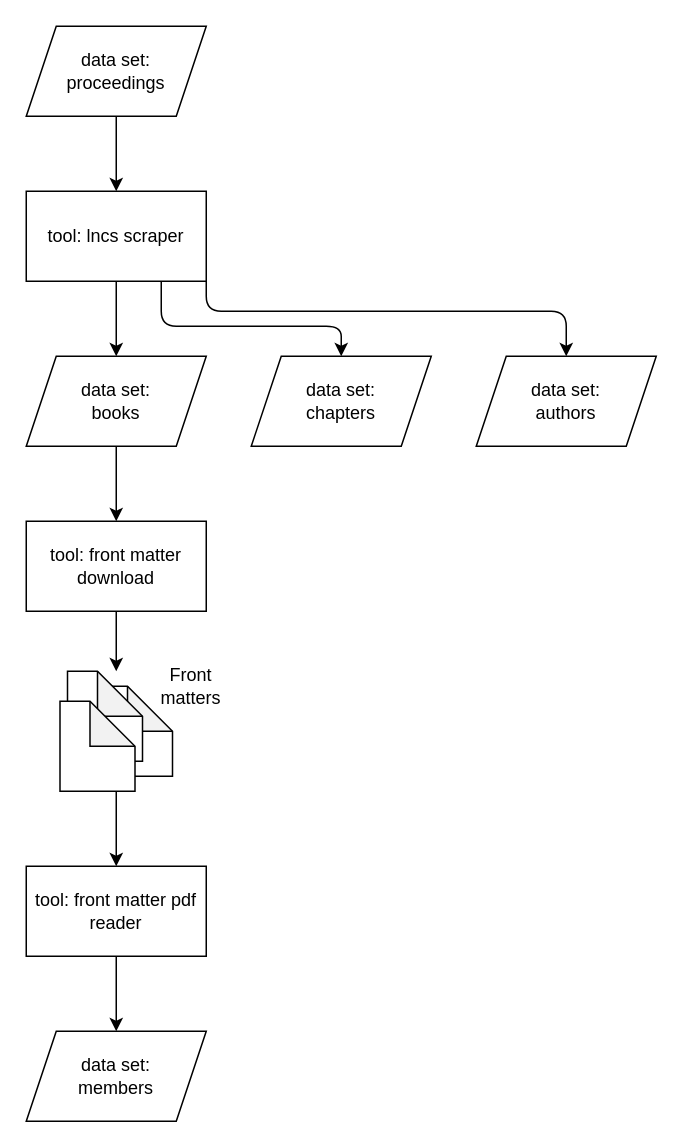
Before: scriptie/images/drawio/data_integration/lncs.drawio in XibrenX/MasterThesis, a draw.io diagram. Source tidied: cells renumbered, new cells numbered last; positions are measured from the earlier drawing's top-left corner, leaving out a move shared by most shapes. Both pictures are drawn from the tidied source at 150%, with x=0, y=0 at pixel (26, 26).
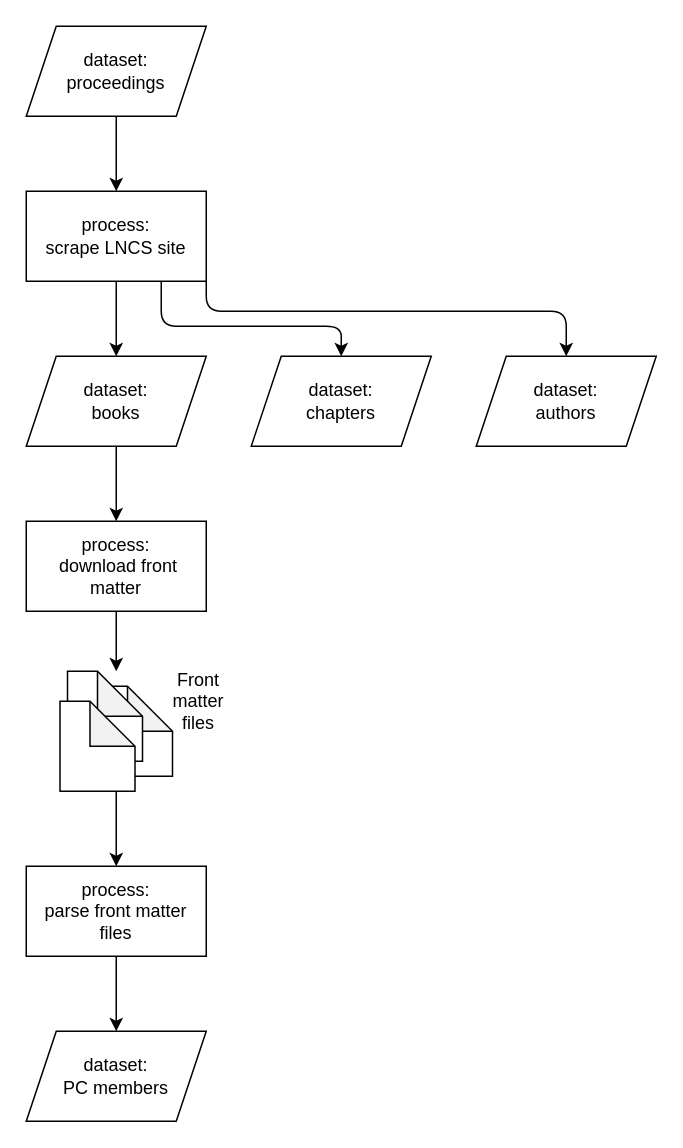
The same page after the edit.

Diff of the diagram source:
```diff
@@
-    <mxCell id="2" value="data set:&lt;br&gt;proceedings" style="shape=parallelogram;perimeter=parallelogramPerimeter;whiteSpace=wrap;html=1;fixedSize=1;" parent="1" vertex="1">
+    <mxCell id="2" value="dataset:&lt;br&gt;proceedings" style="shape=parallelogram;perimeter=parallelogramPerimeter;whiteSpace=wrap;html=1;fixedSize=1;" parent="1" vertex="1">
       <mxGeometry width="120" height="60" as="geometry" />
     </mxCell>
-    <mxCell id="3" value="tool: lncs scraper" style="rounded=0;whiteSpace=wrap;html=1;" parent="1" vertex="1">
+    <mxCell id="3" value="process:&lt;br&gt;scrape LNCS site" style="rounded=0;whiteSpace=wrap;html=1;" parent="1" vertex="1">
       <mxGeometry y="110" width="120" height="60" as="geometry" />
     </mxCell>
@@
-    <mxCell id="5" value="data set:&lt;br&gt;books" style="shape=parallelogram;perimeter=parallelogramPerimeter;whiteSpace=wrap;html=1;fixedSize=1;" parent="1" vertex="1">
+    <mxCell id="5" value="dataset:&lt;br&gt;books" style="shape=parallelogram;perimeter=parallelogramPerimeter;whiteSpace=wrap;html=1;fixedSize=1;" parent="1" vertex="1">
       <mxGeometry y="220" width="120" height="60" as="geometry" />
     </mxCell>
-    <mxCell id="6" value="data set:&lt;br&gt;chapters" style="shape=parallelogram;perimeter=parallelogramPerimeter;whiteSpace=wrap;html=1;fixedSize=1;" parent="1" vertex="1">
+    <mxCell id="6" value="dataset:&lt;br&gt;chapters" style="shape=parallelogram;perimeter=parallelogramPerimeter;whiteSpace=wrap;html=1;fixedSize=1;" parent="1" vertex="1">
       <mxGeometry x="150" y="220" width="120" height="60" as="geometry" />
     </mxCell>
-    <mxCell id="7" value="data set:&lt;br&gt;authors" style="shape=parallelogram;perimeter=parallelogramPerimeter;whiteSpace=wrap;html=1;fixedSize=1;" parent="1" vertex="1">
+    <mxCell id="7" value="dataset:&lt;br&gt;authors" style="shape=parallelogram;perimeter=parallelogramPerimeter;whiteSpace=wrap;html=1;fixedSize=1;" parent="1" vertex="1">
       <mxGeometry x="300" y="220" width="120" height="60" as="geometry" />
     </mxCell>
@@
-    <mxCell id="11" value="tool: front matter download" style="rounded=0;whiteSpace=wrap;html=1;" parent="1" vertex="1">
+    <mxCell id="11" value="process:&lt;br&gt;&amp;nbsp;download front matter" style="rounded=0;whiteSpace=wrap;html=1;" parent="1" vertex="1">
       <mxGeometry y="330" width="120" height="60" as="geometry" />
     </mxCell>
@@
-    <mxCell id="17" value="Front matters" style="text;html=1;strokeColor=none;fillColor=none;align=center;verticalAlign=middle;whiteSpace=wrap;rounded=0;" parent="1" vertex="1">
-      <mxGeometry x="90" y="430" width="40" height="20" as="geometry" />
+    <mxCell id="17" value="Front matter&lt;br&gt;files" style="text;html=1;strokeColor=none;fillColor=none;align=center;verticalAlign=middle;whiteSpace=wrap;rounded=0;" parent="1" vertex="1">
+      <mxGeometry x="90" y="430" width="50" height="40" as="geometry" />
     </mxCell>
-    <mxCell id="18" value="tool: front matter pdf reader" style="rounded=0;whiteSpace=wrap;html=1;" parent="1" vertex="1">
+    <mxCell id="18" value="process:&lt;br&gt;parse front matter files" style="rounded=0;whiteSpace=wrap;html=1;" parent="1" vertex="1">
       <mxGeometry y="560" width="120" height="60" as="geometry" />
     </mxCell>
@@
-    <mxCell id="20" value="data set:&lt;br&gt;members" style="shape=parallelogram;perimeter=parallelogramPerimeter;whiteSpace=wrap;html=1;fixedSize=1;" parent="1" vertex="1">
+    <mxCell id="20" value="dataset:&lt;br&gt;PC members" style="shape=parallelogram;perimeter=parallelogramPerimeter;whiteSpace=wrap;html=1;fixedSize=1;" parent="1" vertex="1">
       <mxGeometry y="670" width="120" height="60" as="geometry" />
     </mxCell>
```
